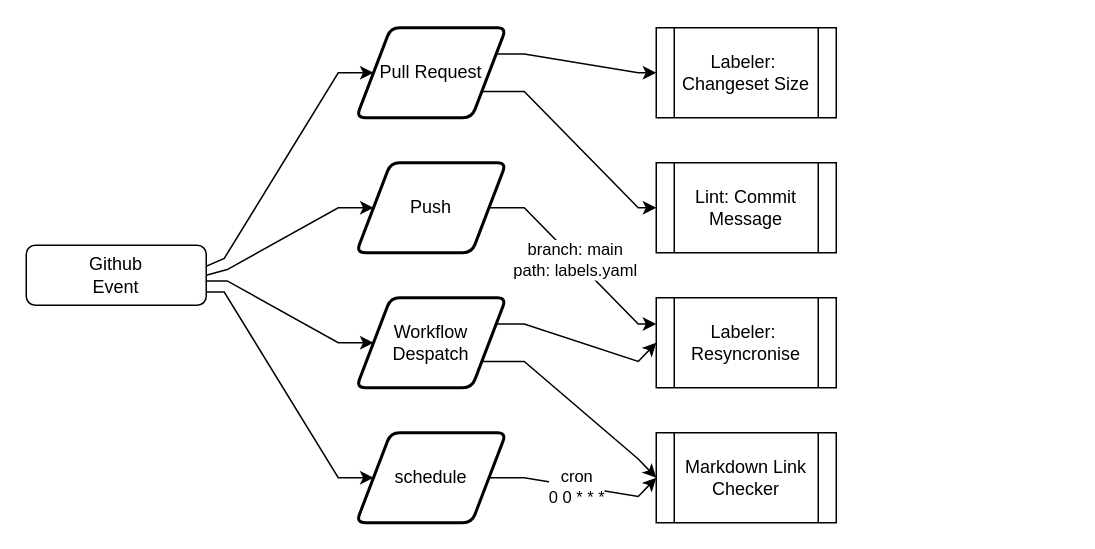
DamianFlynn/terraform-scaffold keeps this draw.io diagram as page "Overview" (1 of 5) of docs/markdown/actions.drawio. Above is the earlier version. Source tidied: cells renumbered, new cells numbered last; positions are measured from the earlier drawing's top-left corner, leaving out a move shared by most shapes. Both pictures are drawn from the tidied source at 150%, with x=0, y=0 at pixel (26, 27).
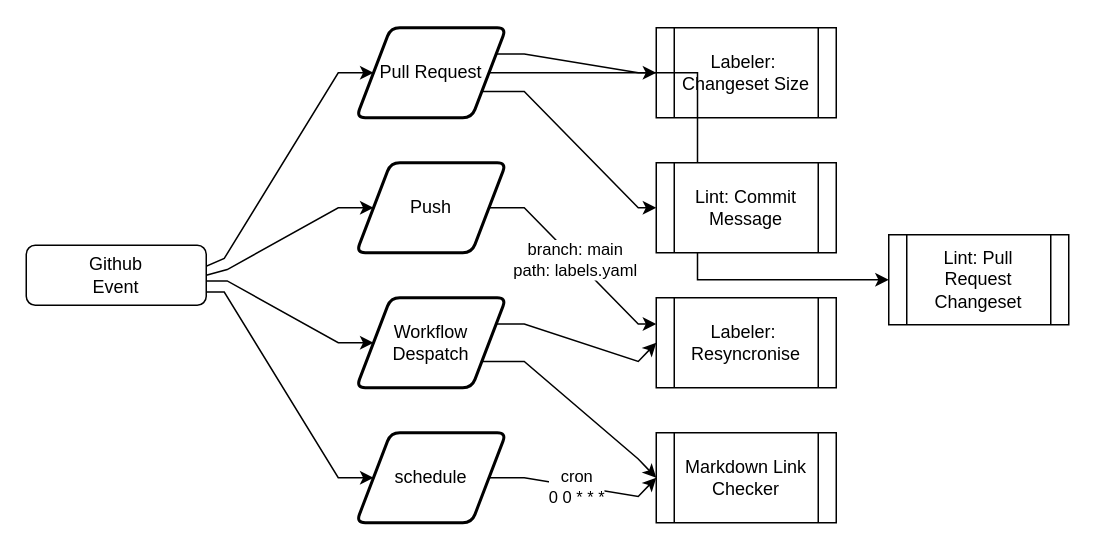
The same diagram, later.

Unchanged cells that the change refers to:
```xml
<mxCell id="11" value="Pull Request" style="shape=parallelogram;html=1;strokeWidth=2;perimeter=parallelogramPerimeter;whiteSpace=wrap;rounded=1;arcSize=12;size=0.23;" parent="1" vertex="1">
  <mxGeometry x="220" width="100" height="60" as="geometry" />
</mxCell>
```

Diff of the diagram source:
```diff
@@
+    <mxCell id="21" style="edgeStyle=orthogonalEdgeStyle;rounded=0;jettySize=auto;html=1;entryX=0;entryY=0.5;entryDx=0;entryDy=0;" parent="1" edge="1" source="11" target="22">
+      <mxGeometry relative="1" as="geometry" />
+    </mxCell>
@@
+    <mxCell id="22" value="Lint: Pull Request Changeset" style="shape=process;whiteSpace=wrap;html=1;backgroundOutline=1;" parent="1" vertex="1">
+      <mxGeometry x="575" y="138" width="120" height="60" as="geometry" />
+    </mxCell>
```
